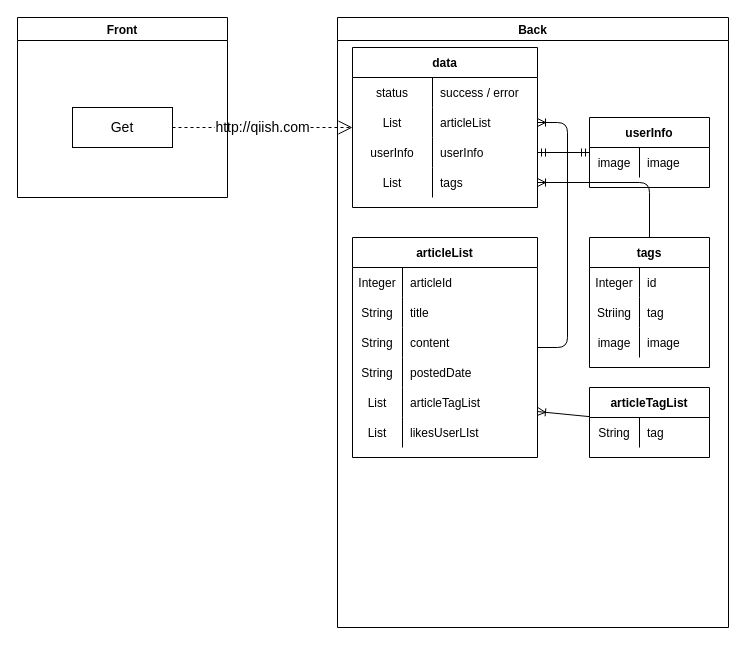
The draw.io diagram page "[トップページ]記事一覧" (2 of 17) of Designs/基本設計.drawio in yusuke-rakus/Qiish, before the edit. Source tidied: cells renumbered, new cells numbered last; positions are measured from the earlier drawing's top-left corner, leaving out a move shared by most shapes. Both pictures are drawn from the tidied source at 100%, with x=0, y=0 at pixel (17, 17).
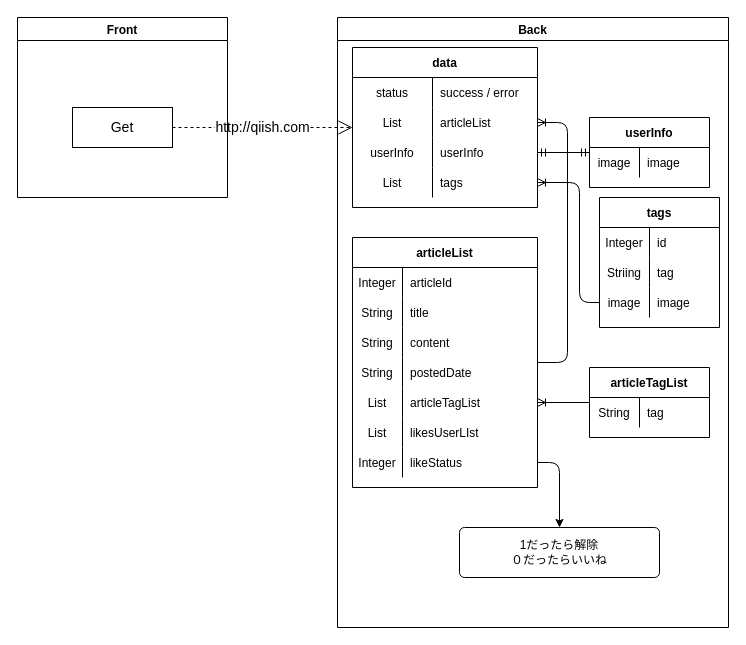
The same page after the edit.

The change refers to these unchanged cells:
```xml
<mxCell id="2" value="Back" style="swimlane;" parent="1" vertex="1">
  <mxGeometry x="320" width="391" height="610" as="geometry" />
</mxCell>
<mxCell id="13" style="shape=partialRectangle;fillColor=none;top=0;left=0;bottom=0;right=0;points=[[0,0.5],[1,0.5]];portConstraint=eastwest;" parent="3" vertex="1">
  <mxGeometry y="120" width="185" height="30" as="geometry" />
</mxCell>
```

What changed in the source:
```diff
@@
     <mxCell id="16" value="articleList" style="shape=table;startSize=30;childLayout=tableLayout;rowLines=0;fontStyle=1;align=center;" parent="2" vertex="1">
-      <mxGeometry x="15" y="220" width="185" height="220" as="geometry" />
+      <mxGeometry x="15" y="220" width="185" height="250" as="geometry" />
     </mxCell>
@@
+    <mxCell id="60" style="shape=partialRectangle;fillColor=none;top=0;left=0;bottom=0;right=0;points=[[0,0.5],[1,0.5]];portConstraint=eastwest;" parent="16" vertex="1">
+      <mxGeometry y="210" width="185" height="30" as="geometry" />
+    </mxCell>
+    <mxCell id="61" value="Integer" style="shape=partialRectangle;fillColor=none;top=0;left=0;bottom=0;right=0;overflow=hidden;" parent="60" vertex="1">
+      <mxGeometry width="50" height="30" as="geometry" />
+    </mxCell>
+    <mxCell id="62" value="likeStatus" style="shape=partialRectangle;fillColor=none;top=0;left=0;bottom=0;right=0;align=left;spacingLeft=6;overflow=hidden;" parent="60" vertex="1">
+      <mxGeometry x="50" width="135" height="30" as="geometry" />
+    </mxCell>
     <mxCell id="35" value="articleTagList" style="shape=table;startSize=30;childLayout=tableLayout;rowLines=0;fontStyle=1;align=center;" parent="2" vertex="1">
-      <mxGeometry x="252" y="370" width="120" height="70" as="geometry" />
+      <mxGeometry x="252" y="350" width="120" height="70" as="geometry" />
     </mxCell>
@@
     <mxCell id="46" value="tags" style="shape=table;startSize=30;childLayout=tableLayout;rowLines=0;fontStyle=1;align=center;" parent="2" vertex="1">
-      <mxGeometry x="252" y="220" width="120" height="130" as="geometry" />
+      <mxGeometry x="262" y="180" width="120" height="130" as="geometry" />
     </mxCell>
@@
     <mxCell id="56" style="edgeStyle=orthogonalEdgeStyle;fontSize=12;html=1;endArrow=ERoneToMany;" parent="2" edge="1" source="46" target="13">
-      <mxGeometry relative="1" as="geometry" />
+      <mxGeometry relative="1" as="geometry">
+        <Array as="points">
+          <mxPoint x="242" y="285" />
+          <mxPoint x="242" y="165" />
+        </Array>
+      </mxGeometry>
     </mxCell>
+    <mxCell id="63" value="1だったら解除&lt;br&gt;０だったらいいね" style="rounded=1;arcSize=10;whiteSpace=wrap;html=1;align=center;" parent="2" vertex="1">
+      <mxGeometry x="122" y="510" width="200" height="50" as="geometry" />
+    </mxCell>
+    <mxCell id="64" style="edgeStyle=orthogonalEdgeStyle;html=1;exitX=1;exitY=0.5;exitDx=0;exitDy=0;" parent="2" edge="1" source="60" target="63">
+      <mxGeometry relative="1" as="geometry" />
+    </mxCell>
```
